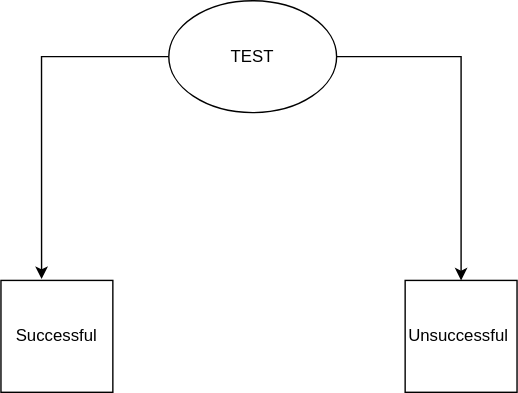
Earlier version of the draw.io export Untitled Diagram.drawio.svg (abhinavrana101/Notes). Source tidied: cells renumbered, new cells last; positions are measured from the earlier drawing's top-left corner, leaving out a move shared by most shapes.
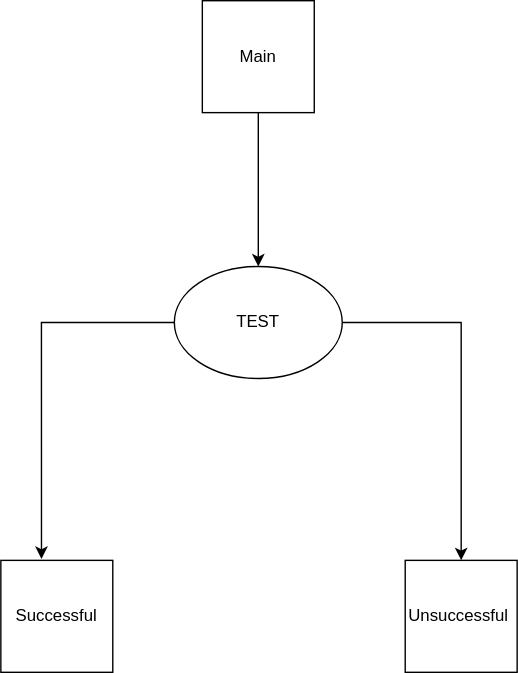
Above is the later version.

Change to the diagram source:
```diff
@@ -9,7 +9,7 @@
       <mxGeometry relative="1" as="geometry" />
     </mxCell>
     <mxCell id="4" value="TEST" style="ellipse;whiteSpace=wrap;html=1;" parent="1" vertex="1">
-      <mxGeometry x="120" width="120" height="80" as="geometry" />
+      <mxGeometry x="124" y="-10" width="120" height="80" as="geometry" />
     </mxCell>
     <mxCell id="5" value="Successful" style="whiteSpace=wrap;html=1;" parent="1" vertex="1">
       <mxGeometry y="200" width="80" height="80" as="geometry" />
@@ -17,5 +17,13 @@
     <mxCell id="6" value="Unsuccessful&amp;nbsp;" style="whiteSpace=wrap;html=1;" parent="1" vertex="1">
       <mxGeometry x="289" y="200" width="80" height="80" as="geometry" />
     </mxCell>
+    <mxCell id="7" style="edgeStyle=orthogonalEdgeStyle;rounded=0;jettySize=auto;html=1;exitX=0.5;exitY=1;exitDx=0;exitDy=0;" parent="1" edge="1" source="8">
+      <mxGeometry relative="1" as="geometry">
+        <mxPoint x="184" y="-10" as="targetPoint" />
+      </mxGeometry>
+    </mxCell>
+    <mxCell id="8" value="Main" style="whiteSpace=wrap;html=1;" parent="1" vertex="1">
+      <mxGeometry x="144" y="-200" width="80" height="80" as="geometry" />
+    </mxCell>
   </root>
 </mxGraphModel>
```
